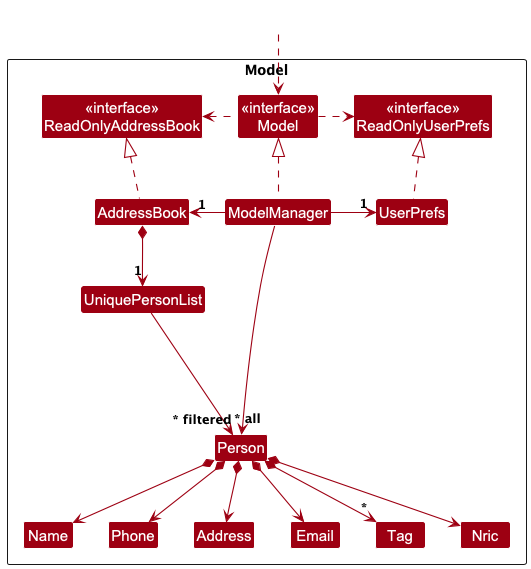
This is docs/images/ModelClassDiagram.png from nus-cs2103-AY2425S1/tp, a PlantUML export, as it was before one commit.
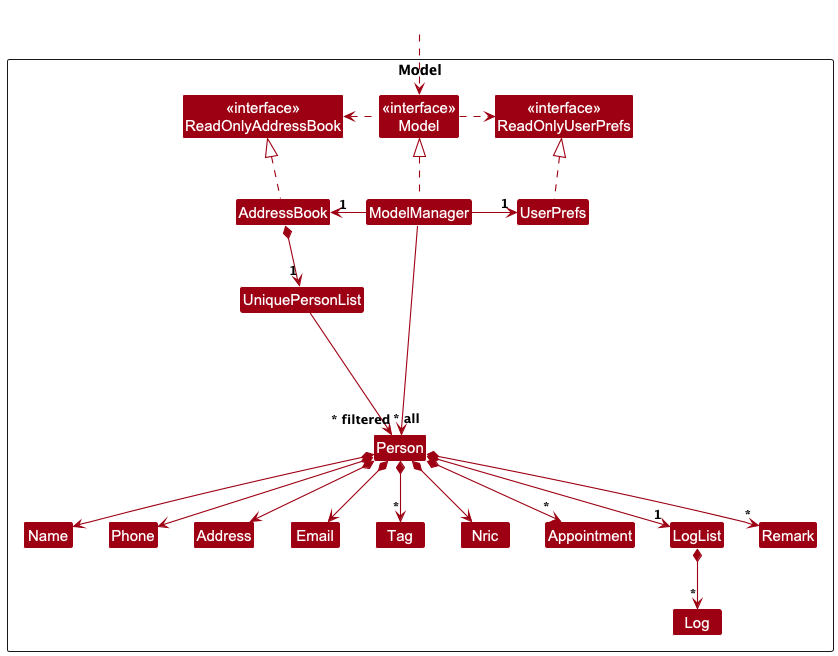
The same diagram one commit later.

Commit message:
Update Model UML Diagrams to include LogList, Tag, Appointment, Remark and Log classes

Diff of the diagram source:
```diff
@@ -20,6 +20,10 @@
 Class Phone
 Class Tag
 Class Nric
+Class Appointment
+Class Log
+Class LogList
+Class Remark
 
 Class I #FFFFFF
 }
@@ -43,7 +47,12 @@
 Person *--> Email
 Person *--> Address
 Person *--> Nric
+Person *--> "*" Appointment
+Person *--> "*" Remark
+Person *--> "1" LogList
 Person *--> "*" Tag
+
+LogList *--> "*" Log
 
 Person -[hidden]up--> I
 UniquePersonList -[hidden]right-> I
```
